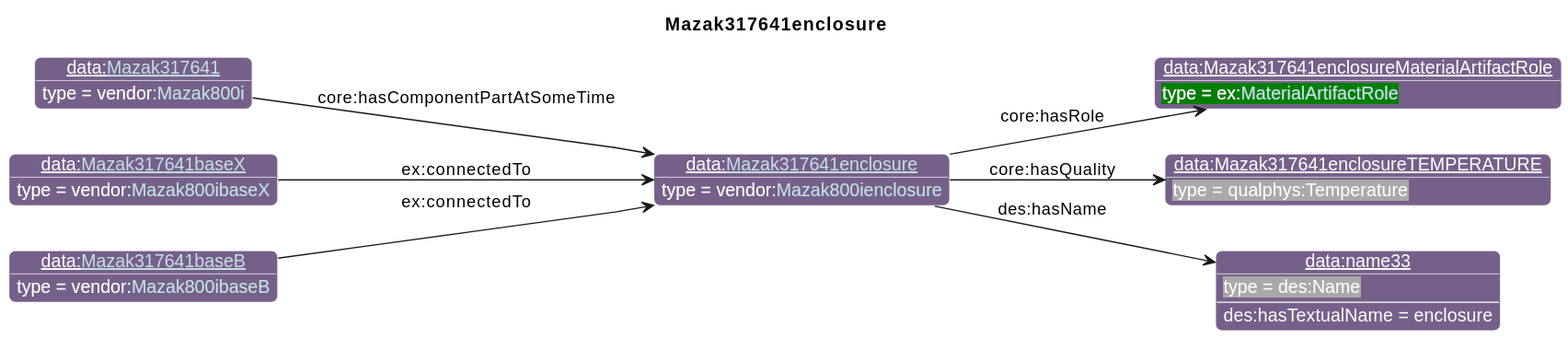
Earlier version of the PlantUML export diagrams/Mazak317641enclosure.svg (iofoundry/example-syseng-mtconnect). Its diagram source:
```plantuml
@startuml
!include ../iof.iuml

<style>
object {
  HyperlinkColor #C4E1E6
}
</style>

left to right direction
skinparam linetype polyline
title Mazak317641enclosure

!$default_direction = down

!$namespace_colors = { "bfo":"DFA702",
                      "iof":"1E90FF",
                      "ns":"Green",
                      "ns1":"76608A",
                      "core":"000000",
                      "ex":"Green",
                      "data":"76608A",
                      "vendor":"76608A",
                      "units":"8A2D3B",
                      "cmns-dsg":"3A0519",
                      "qp":"641B2E"
      }
individual(o0, data:[[./Mazak317641enclosure.html Mazak317641enclosure]], vendor:[[../Mazak.html#Mazak800ienclosure Mazak800ienclosure]])
individual(o1, data:Mazak317641enclosureMaterialArtifactRole, ex:[[../Example.html#MaterialArtifactRole MaterialArtifactRole]])
individual(o2, data:Mazak317641enclosureTEMPERATURE, qualphys:Temperature)
individual(o3, data:name33, des:Name)
individual(o4, data:[[./Mazak317641.html Mazak317641]], vendor:[[../Mazak.html#Mazak800i Mazak800i]])
individual(o5, data:[[./Mazak317641baseX.html Mazak317641baseX]], vendor:[[../Mazak.html#Mazak800ibaseX Mazak800ibaseX]])
individual(o6, data:[[./Mazak317641baseB.html Mazak317641baseB]], vendor:[[../Mazak.html#Mazak800ibaseB Mazak800ibaseB]])
property(o0, "core:hasRole", o1)
property(o0, "core:hasQuality", o2)
property(o0, "des:hasName", o3)
data(o3, "des:hasTextualName", "enclosure")
property(o4, "core:hasComponentPartAtSomeTime", o0)
property(o5, "ex:connectedTo", o0)
property(o6, "ex:connectedTo", o0)
@enduml
```
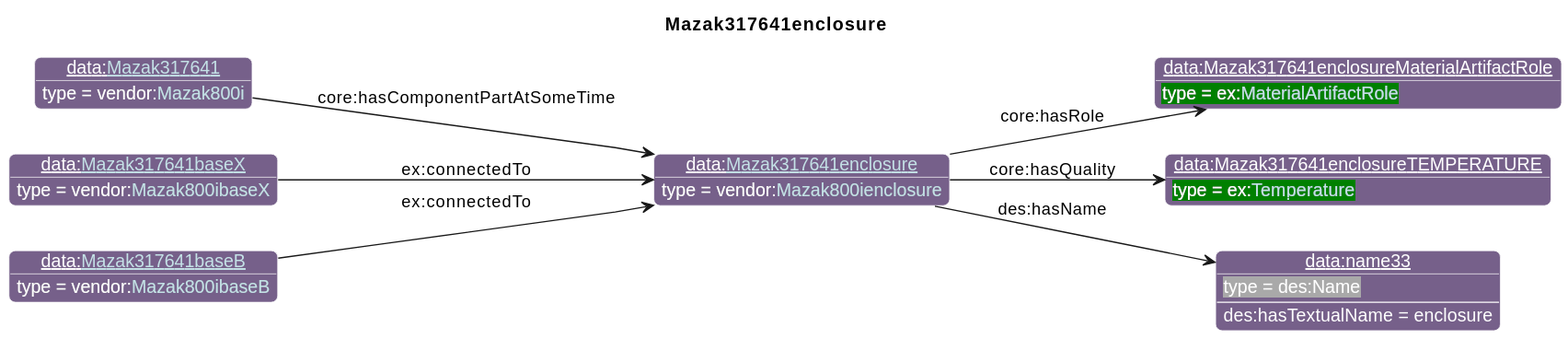
Above is the later version.

Change to the diagram source:
```diff
@@ -27,7 +27,7 @@
       }
 individual(o0, data:[[./Mazak317641enclosure.html Mazak317641enclosure]], vendor:[[../Mazak.html#Mazak800ienclosure Mazak800ienclosure]])
 individual(o1, data:Mazak317641enclosureMaterialArtifactRole, ex:[[../Example.html#MaterialArtifactRole MaterialArtifactRole]])
-individual(o2, data:Mazak317641enclosureTEMPERATURE, qualphys:Temperature)
+individual(o2, data:Mazak317641enclosureTEMPERATURE, ex:[[../Example.html#Temperature Temperature]])
 individual(o3, data:name33, des:Name)
 individual(o4, data:[[./Mazak317641.html Mazak317641]], vendor:[[../Mazak.html#Mazak800i Mazak800i]])
 individual(o5, data:[[./Mazak317641baseX.html Mazak317641baseX]], vendor:[[../Mazak.html#Mazak800ibaseX Mazak800ibaseX]])
```
